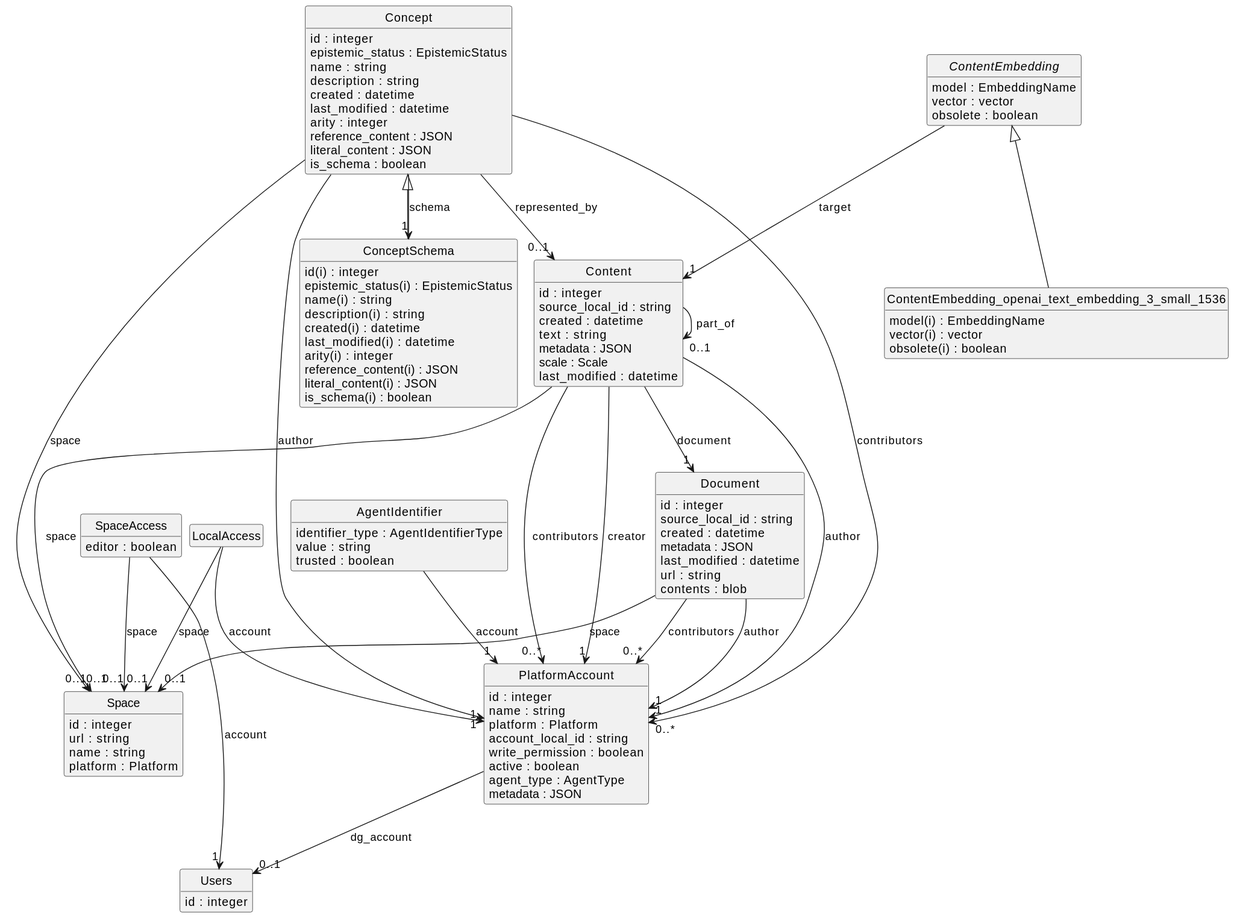
DiscourseGraphs/discourse-graph keeps this PlantUML diagram as packages/database/schema.svg. Above is the earlier version.
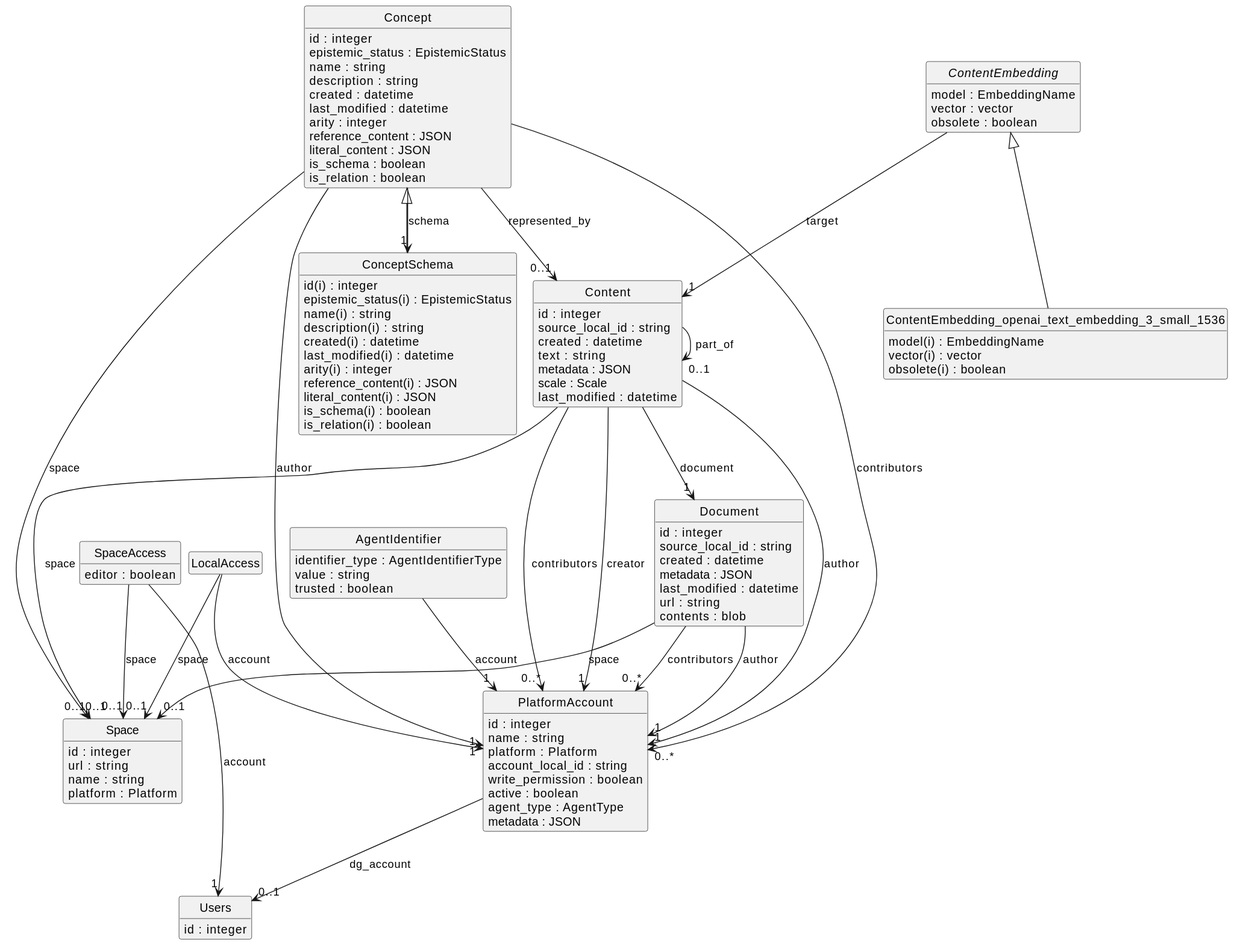
After the commit.

Diff of the diagram source:
```diff
@@ -59,6 +59,7 @@
     {field} reference_content : JSON
     {field} literal_content : JSON
     {field} is_schema : boolean
+    {field} is_relation : boolean
 }
 "LocalAccess" --> "0..1" "Space" : "space"
 "Content" --> "0..1" "Space" : "space"
@@ -104,6 +105,7 @@
     {field} reference_content(i) : JSON
     {field} literal_content(i) : JSON
     {field} is_schema(i) : boolean
+    {field} is_relation(i) : boolean
 }
 "Concept" --> "1" "ConceptSchema" : "schema"
 "Concept" ^-- "ConceptSchema"
```
